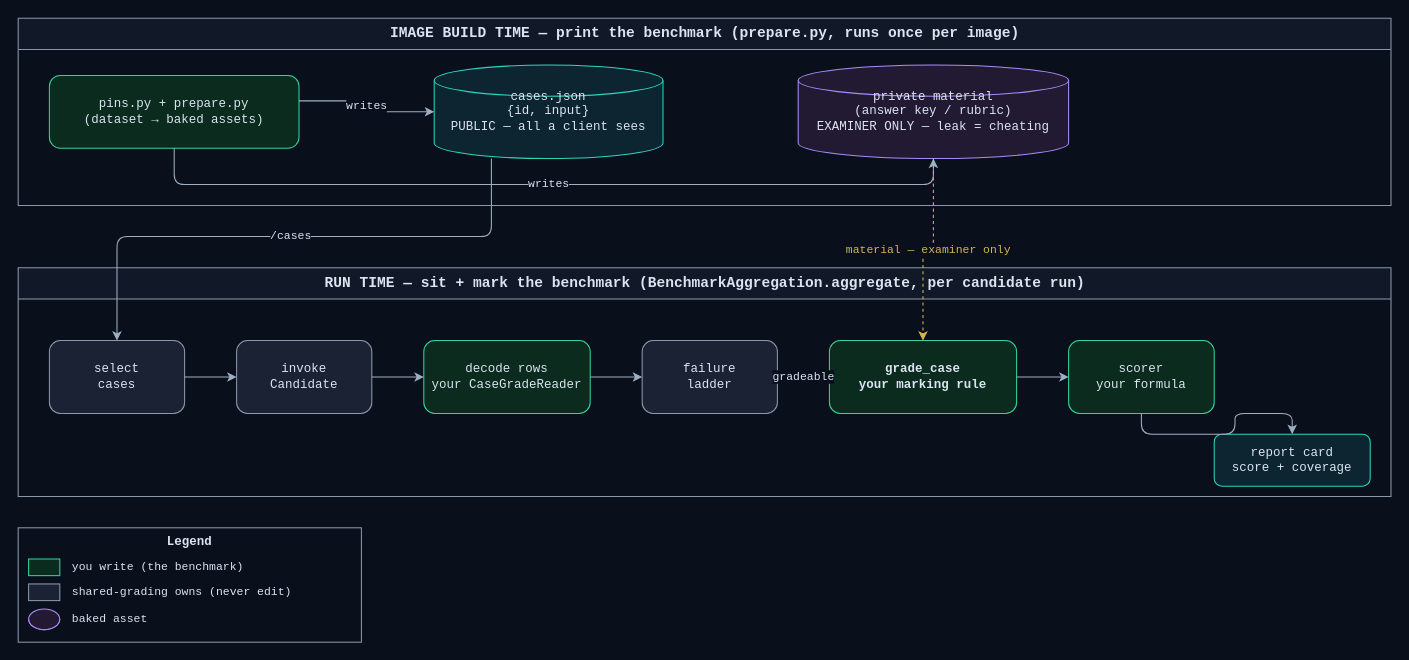
Before: apps/screamingface-engine/docs/diagrams/benchmark-authoring-seam.drawio in ScreamingFace/screamingface, a draw.io diagram. Source tidied: cells renumbered, new cells numbered last; positions are measured from the earlier drawing's top-left corner, leaving out a move shared by most shapes. Both pictures are drawn from the tidied source at 104%, with x=0, y=0 at pixel (18, 18).
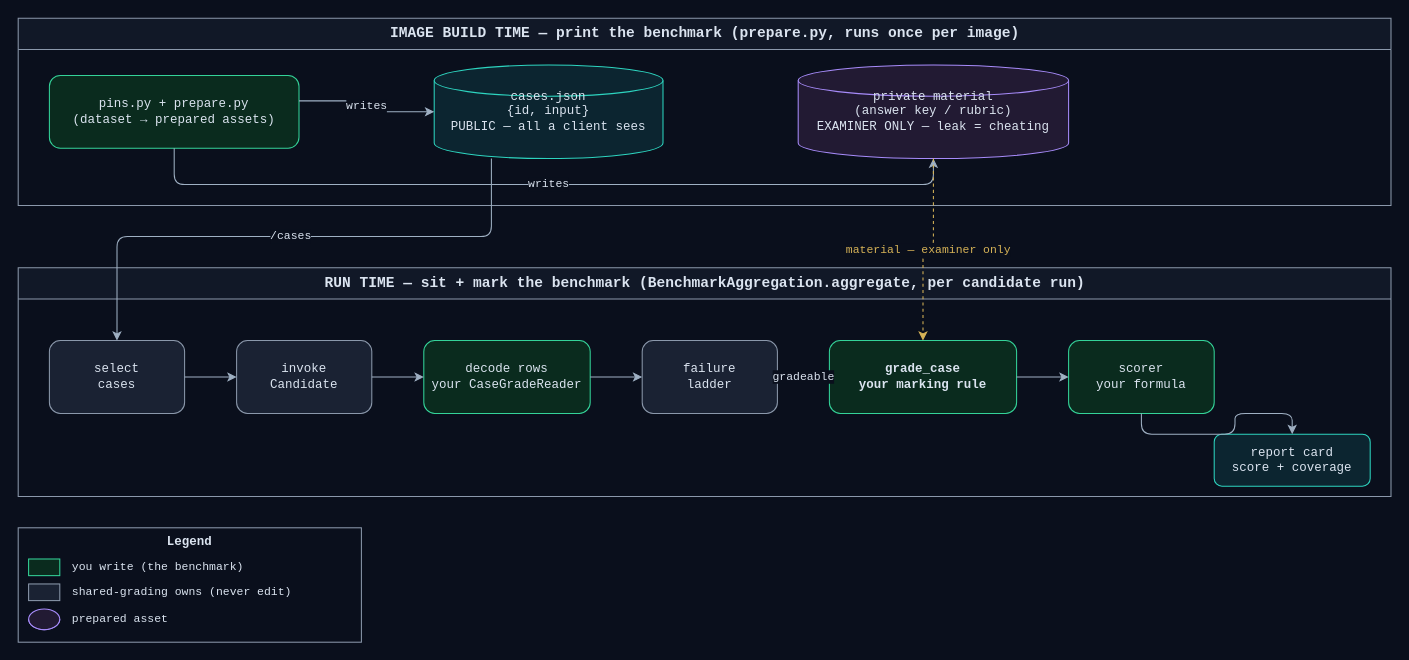
After the change.

Unchanged cells that the change refers to:
```xml
<mxCell id="2" value="IMAGE BUILD TIME — print the benchmark (prepare.py, runs once per image)" style="swimlane;startSize=30;html=1;fillColor=#111827;strokeColor=#8b98ab;fontColor=#dbe4f0;fontFamily=Courier New;fontSize=14;fontStyle=1;" parent="1" vertex="1">
  <mxGeometry width="1320" height="180" as="geometry" />
</mxCell>
<mxCell id="24" value="Legend" style="rounded=0;whiteSpace=wrap;html=1;fillColor=none;strokeColor=#8b98ab;fontColor=#dbe4f0;fontFamily=Courier New;fontSize=12;verticalAlign=top;fontStyle=1;" parent="1" vertex="1">
  <mxGeometry y="490" width="330" height="110" as="geometry" />
</mxCell>
```

Diff of the diagram source:
```diff
@@
-    <mxCell id="3" value="pins.py + prepare.py&#10;(dataset → baked assets)" style="rounded=1;whiteSpace=wrap;html=1;fillColor=#0a2b1e;strokeColor=#34d399;fontColor=#dbe4f0;fontFamily=Courier New;fontSize=12;" parent="2" vertex="1">
+    <mxCell id="3" value="pins.py + prepare.py&#10;(dataset → prepared assets)" style="rounded=1;whiteSpace=wrap;html=1;fillColor=#0a2b1e;strokeColor=#34d399;fontColor=#dbe4f0;fontFamily=Courier New;fontSize=12;" parent="2" vertex="1">
       <mxGeometry x="30" y="55" width="240" height="70" as="geometry" />
     </mxCell>
@@
-    <mxCell id="30" value="baked asset" style="text;html=1;align=left;verticalAlign=middle;fontColor=#dbe4f0;fontFamily=Courier New;fontSize=11;" parent="24" vertex="1">
+    <mxCell id="30" value="prepared asset" style="text;html=1;align=left;verticalAlign=middle;fontColor=#dbe4f0;fontFamily=Courier New;fontSize=11;" parent="24" vertex="1">
       <mxGeometry x="50" y="78" width="270" height="20" as="geometry" />
     </mxCell>
```
